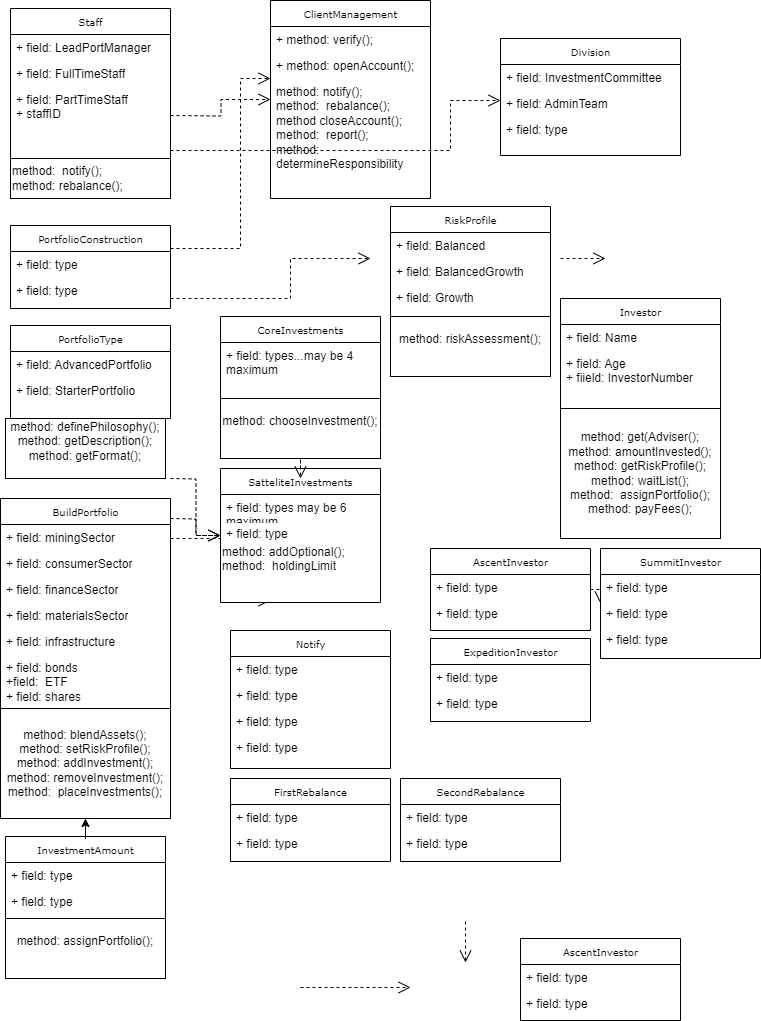
Before: ClassProjectclass1.drawio.png, a diagram exported from draw.io (jimmyjazz31/CS665Assign5). Source tidied: cells renumbered, new cells last; positions are measured from the earlier drawing's top-left corner, leaving out a move shared by most shapes.
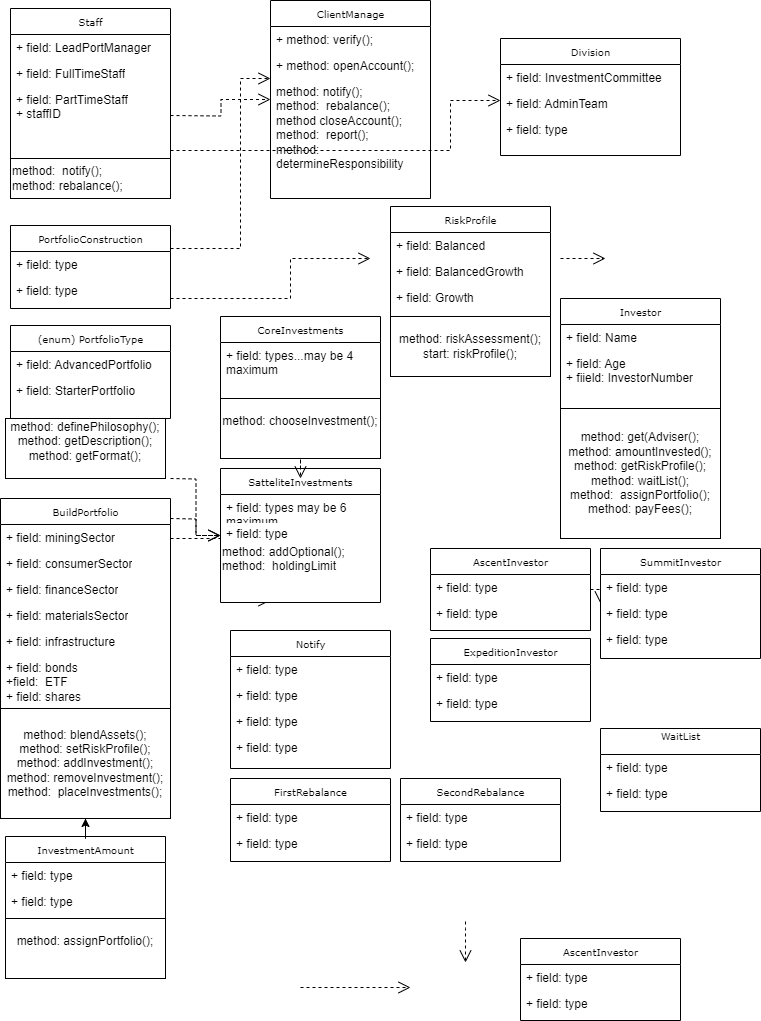
After the change.

The edit, as a diff of the source:
```diff
@@ -11,7 +11,7 @@
     <mxCell id="4" value="+ field: type" style="text;html=1;strokeColor=none;fillColor=none;align=left;verticalAlign=top;spacingLeft=4;spacingRight=4;whiteSpace=wrap;overflow=hidden;" parent="2" vertex="1">
       <mxGeometry y="52" width="160" height="26" as="geometry" />
     </mxCell>
-    <mxCell id="5" value="ClientManagement" style="swimlane;html=1;fontStyle=0;horizontal=1;startSize=26;fillColor=none;swimlaneFillColor=#ffffff;rounded=0;shadow=0;comic=0;labelBackgroundColor=none;strokeWidth=1;fontFamily=Verdana;fontSize=10;align=center;" parent="1" vertex="1">
+    <mxCell id="5" value="ClientManage" style="swimlane;html=1;fontStyle=0;horizontal=1;startSize=26;fillColor=none;swimlaneFillColor=#ffffff;rounded=0;shadow=0;comic=0;labelBackgroundColor=none;strokeWidth=1;fontFamily=Verdana;fontSize=10;align=center;" parent="1" vertex="1">
       <mxGeometry x="270" width="160" height="198" as="geometry" />
     </mxCell>
     <mxCell id="6" value="+ method: verify();" style="text;html=1;strokeColor=none;fillColor=none;align=left;verticalAlign=top;spacingLeft=4;spacingRight=4;whiteSpace=wrap;overflow=hidden;" parent="5" vertex="1">
@@ -127,7 +127,7 @@
         </Array>
       </mxGeometry>
     </mxCell>
-    <mxCell id="28" value="PortfolioType" style="swimlane;html=1;fontStyle=0;horizontal=1;startSize=26;fillColor=none;swimlaneFillColor=#ffffff;rounded=0;shadow=0;comic=0;labelBackgroundColor=none;strokeWidth=1;fontFamily=Verdana;fontSize=10;align=center;" parent="1" vertex="1">
+    <mxCell id="28" value="(enum) PortfolioType" style="swimlane;html=1;fontStyle=0;horizontal=1;startSize=26;fillColor=none;swimlaneFillColor=#ffffff;rounded=0;shadow=0;comic=0;labelBackgroundColor=none;strokeWidth=1;fontFamily=Verdana;fontSize=10;align=center;" parent="1" vertex="1">
       <mxGeometry x="10" y="325" width="160" height="93" as="geometry" />
     </mxCell>
     <mxCell id="29" value="+ field: AdvancedPortfolio" style="text;html=1;strokeColor=none;fillColor=none;align=left;verticalAlign=top;spacingLeft=4;spacingRight=4;whiteSpace=wrap;overflow=hidden;" parent="28" vertex="1">
@@ -299,7 +299,7 @@
     <mxCell id="83" value="+ field: type" style="text;html=1;strokeColor=none;fillColor=none;align=left;verticalAlign=top;spacingLeft=4;spacingRight=4;whiteSpace=wrap;overflow=hidden;" parent="81" vertex="1">
       <mxGeometry y="52" width="160" height="26" as="geometry" />
     </mxCell>
-    <mxCell id="84" value="method: riskAssessment();&lt;div&gt;&lt;br&gt;&lt;/div&gt;" style="rounded=0;whiteSpace=wrap;html=1;" parent="1" vertex="1">
+    <mxCell id="84" value="method: riskAssessment();&lt;div&gt;start: riskProfile();&lt;/div&gt;" style="rounded=0;whiteSpace=wrap;html=1;" parent="1" vertex="1">
       <mxGeometry x="390" y="316" width="160" height="60" as="geometry" />
     </mxCell>
     <mxCell id="85" value="method: assignPortfolio();&lt;div&gt;&lt;br&gt;&lt;/div&gt;" style="rounded=0;whiteSpace=wrap;html=1;" parent="1" vertex="1">
@@ -308,5 +308,14 @@
     <mxCell id="86" value="method: definePhilosophy();&lt;div&gt;method: getDescription();&lt;/div&gt;&lt;div&gt;method: getFormat();&lt;br&gt;&lt;div&gt;&lt;br&gt;&lt;/div&gt;&lt;/div&gt;" style="rounded=0;whiteSpace=wrap;html=1;" parent="1" vertex="1">
       <mxGeometry x="5" y="418" width="160" height="60" as="geometry" />
     </mxCell>
+    <mxCell id="87" value="WaitList&lt;div&gt;&lt;br&gt;&lt;/div&gt;" style="swimlane;html=1;fontStyle=0;horizontal=1;startSize=26;fillColor=none;swimlaneFillColor=#ffffff;rounded=0;shadow=0;comic=0;labelBackgroundColor=none;strokeWidth=1;fontFamily=Verdana;fontSize=10;align=center;" parent="1" vertex="1">
+      <mxGeometry x="600" y="728" width="160" height="83" as="geometry" />
+    </mxCell>
+    <mxCell id="88" value="+ field: type" style="text;html=1;strokeColor=none;fillColor=none;align=left;verticalAlign=top;spacingLeft=4;spacingRight=4;whiteSpace=wrap;overflow=hidden;" parent="87" vertex="1">
+      <mxGeometry y="26" width="160" height="26" as="geometry" />
+    </mxCell>
+    <mxCell id="89" value="+ field: type" style="text;html=1;strokeColor=none;fillColor=none;align=left;verticalAlign=top;spacingLeft=4;spacingRight=4;whiteSpace=wrap;overflow=hidden;" parent="87" vertex="1">
+      <mxGeometry y="52" width="160" height="26" as="geometry" />
+    </mxCell>
   </root>
 </mxGraphModel>
```
